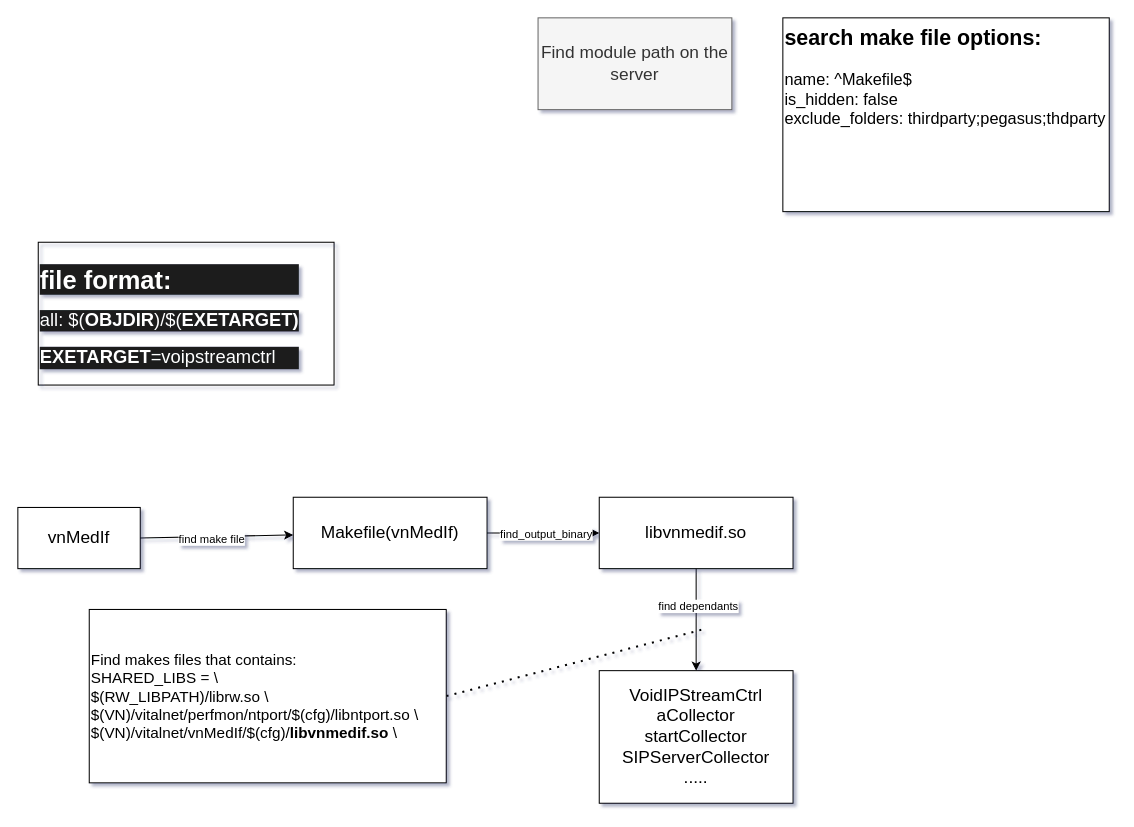
secretdeveloperisme/find-module-info keeps this draw.io diagram as document/FindModuleInfo.drawio. Above is the earlier version. Source tidied: cells renumbered, new cells numbered last; positions are measured from the earlier drawing's top-left corner, leaving out a move shared by most shapes. Both pictures are drawn from the tidied source at 102%, with x=0, y=0 at pixel (17, 17).
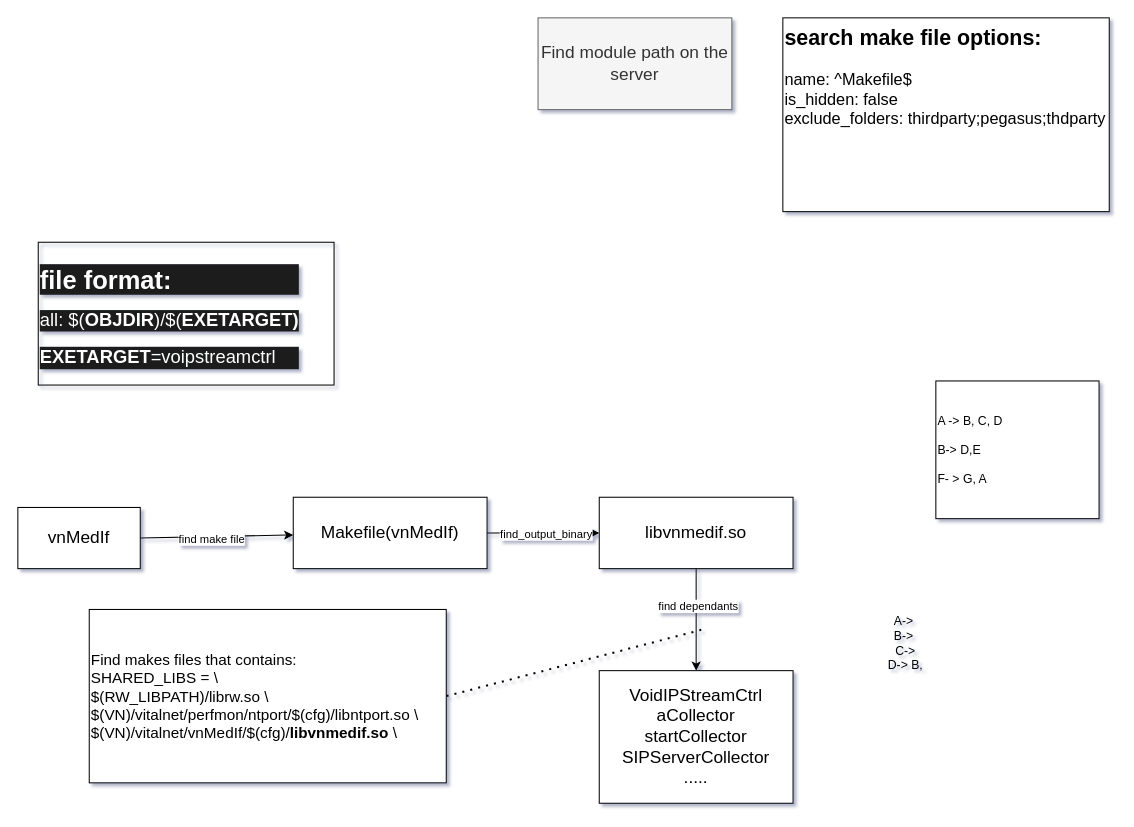
Above is the later version.

Commit message (it also covers changes not shown here):
document: fix typos makefile and update document

Change to the diagram source:
```diff
@@
+    <mxCell id="17" value="A -&amp;gt; B, C, D&lt;br&gt;&lt;br&gt;B-&amp;gt; D,E&lt;br&gt;&lt;br&gt;F- &amp;gt; G, A" style="rounded=0;whiteSpace=wrap;html=1;align=left;" parent="1" vertex="1">
+      <mxGeometry x="900" y="356" width="160" height="135" as="geometry" />
+    </mxCell>
+    <mxCell id="18" value="A-&amp;gt;&amp;nbsp;&lt;br&gt;B-&amp;gt;&amp;nbsp;&lt;br&gt;C-&amp;gt;&lt;br&gt;D-&amp;gt; B," style="text;html=1;align=center;verticalAlign=middle;strokeColor=none;fillColor=none;" parent="1" vertex="1">
+      <mxGeometry x="840" y="578" width="60" height="70" as="geometry" />
+    </mxCell>
```
